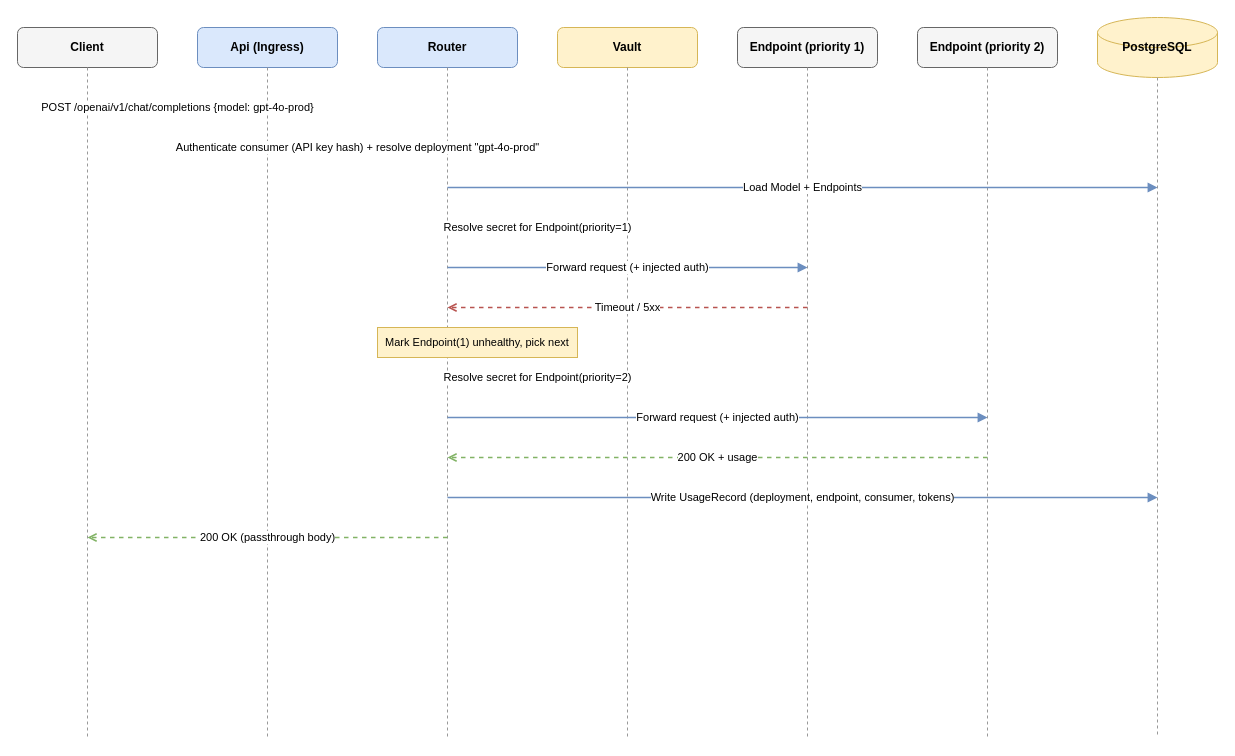
azureholic/AIProxyPlus keeps this draw.io diagram as specs/architecture/diagrams/03-sequence-non-streaming-failover.drawio. Above is the earlier version. Source tidied: cells renumbered, new cells numbered last; positions are measured from the earlier drawing's top-left corner, leaving out a move shared by most shapes. Both pictures are drawn from the tidied source at 100%, with x=0, y=0 at pixel (17, 17).
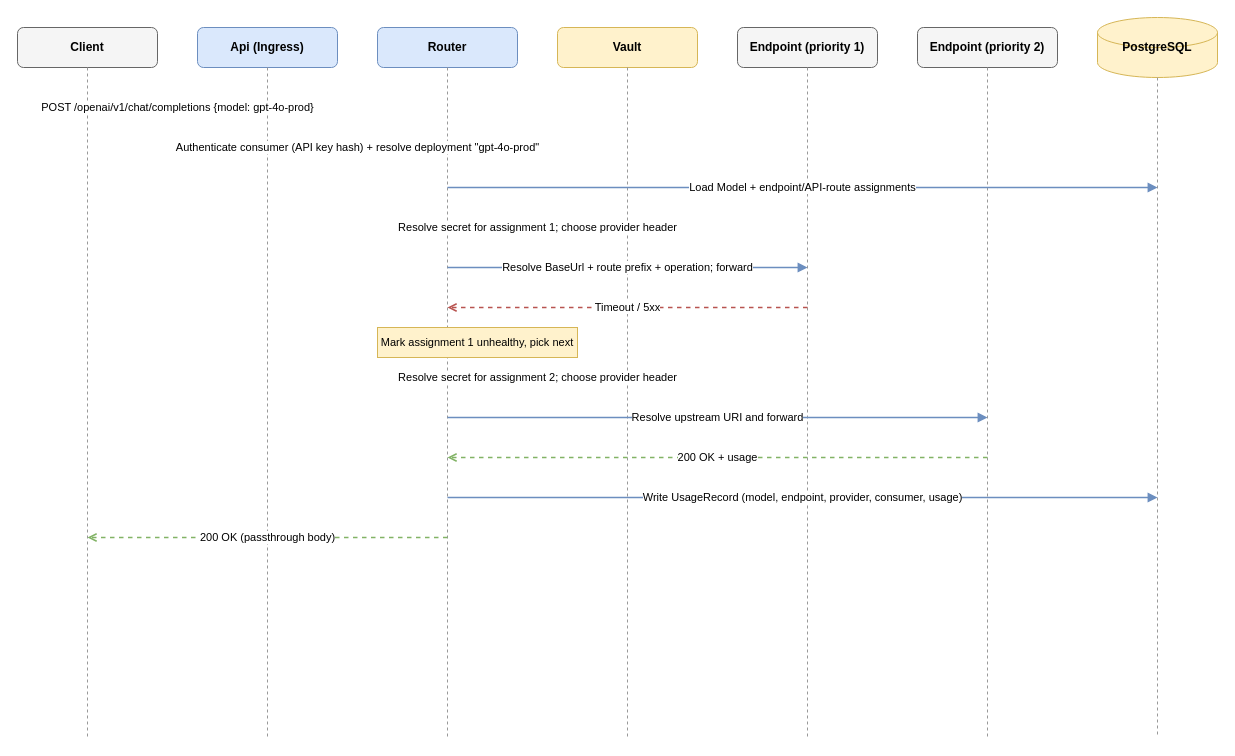
The same page after the edit.

The edit, as a diff of the source:
```diff
@@
-    <mxCell id="18" value="Load Model + Endpoints" style="html=1;endArrow=block;strokeColor=#6c8ebf;strokeWidth=1.5;fontSize=11;" parent="1" edge="1">
+    <mxCell id="18" value="Load Model + endpoint/API-route assignments" style="html=1;endArrow=block;strokeColor=#6c8ebf;strokeWidth=1.5;fontSize=11;" parent="1" edge="1">
       <mxGeometry relative="1" as="geometry">
         <mxPoint x="430" y="170" as="sourcePoint" />
         <mxPoint x="1140" y="170" as="targetPoint" />
       </mxGeometry>
     </mxCell>
-    <mxCell id="19" value="Resolve secret for Endpoint(priority=1)" style="html=1;endArrow=block;strokeColor=#6c8ebf;strokeWidth=1.5;fontSize=11;" parent="1" edge="1">
+    <mxCell id="19" value="Resolve secret for assignment 1; choose provider header" style="html=1;endArrow=block;strokeColor=#6c8ebf;strokeWidth=1.5;fontSize=11;" parent="1" edge="1">
       <mxGeometry relative="1" as="geometry">
         <mxPoint x="430" y="210" as="sourcePoint" />
         <mxPoint x="610" y="210" as="targetPoint" />
       </mxGeometry>
     </mxCell>
-    <mxCell id="20" value="Forward request (+ injected auth)" style="html=1;endArrow=block;strokeColor=#6c8ebf;strokeWidth=1.5;fontSize=11;" parent="1" edge="1">
+    <mxCell id="20" value="Resolve BaseUrl + route prefix + operation; forward" style="html=1;endArrow=block;strokeColor=#6c8ebf;strokeWidth=1.5;fontSize=11;" parent="1" edge="1">
       <mxGeometry relative="1" as="geometry">
         <mxPoint x="430" y="250" as="sourcePoint" />
         <mxPoint x="790" y="250" as="targetPoint" />
       </mxGeometry>
     </mxCell>
@@
-    <mxCell id="22" value="Mark Endpoint(1) unhealthy, pick next" style="rounded=0;whiteSpace=wrap;html=1;fillColor=#fff2cc;strokeColor=#d6b656;fontSize=11;align=center;" parent="1" vertex="1">
+    <mxCell id="22" value="Mark assignment 1 unhealthy, pick next" style="rounded=0;whiteSpace=wrap;html=1;fillColor=#fff2cc;strokeColor=#d6b656;fontSize=11;align=center;" parent="1" vertex="1">
       <mxGeometry x="360" y="310" width="200" height="30" as="geometry" />
     </mxCell>
-    <mxCell id="23" value="Resolve secret for Endpoint(priority=2)" style="html=1;endArrow=block;strokeColor=#6c8ebf;strokeWidth=1.5;fontSize=11;" parent="1" edge="1">
+    <mxCell id="23" value="Resolve secret for assignment 2; choose provider header" style="html=1;endArrow=block;strokeColor=#6c8ebf;strokeWidth=1.5;fontSize=11;" parent="1" edge="1">
       <mxGeometry relative="1" as="geometry">
         <mxPoint x="430" y="360" as="sourcePoint" />
         <mxPoint x="610" y="360" as="targetPoint" />
       </mxGeometry>
     </mxCell>
-    <mxCell id="24" value="Forward request (+ injected auth)" style="html=1;endArrow=block;strokeColor=#6c8ebf;strokeWidth=1.5;fontSize=11;" parent="1" edge="1">
+    <mxCell id="24" value="Resolve upstream URI and forward" style="html=1;endArrow=block;strokeColor=#6c8ebf;strokeWidth=1.5;fontSize=11;" parent="1" edge="1">
       <mxGeometry relative="1" as="geometry">
         <mxPoint x="430" y="400" as="sourcePoint" />
         <mxPoint x="970" y="400" as="targetPoint" />
       </mxGeometry>
     </mxCell>
@@
-    <mxCell id="26" value="Write UsageRecord (deployment, endpoint, consumer, tokens)" style="html=1;endArrow=block;strokeColor=#6c8ebf;strokeWidth=1.5;fontSize=11;" parent="1" edge="1">
+    <mxCell id="26" value="Write UsageRecord (model, endpoint, provider, consumer, usage)" style="html=1;endArrow=block;strokeColor=#6c8ebf;strokeWidth=1.5;fontSize=11;" parent="1" edge="1">
       <mxGeometry relative="1" as="geometry">
         <mxPoint x="430" y="480" as="sourcePoint" />
         <mxPoint x="1140" y="480" as="targetPoint" />
       </mxGeometry>
     </mxCell>
```
